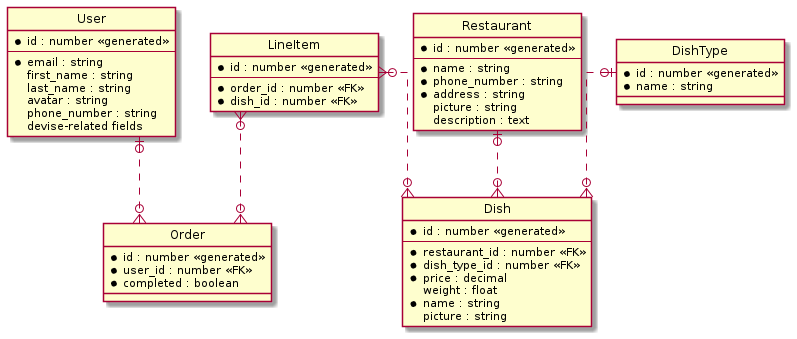
Before: diagrams/database.png, a diagram exported from PlantUML (bozhenaboichuk/Lunch).
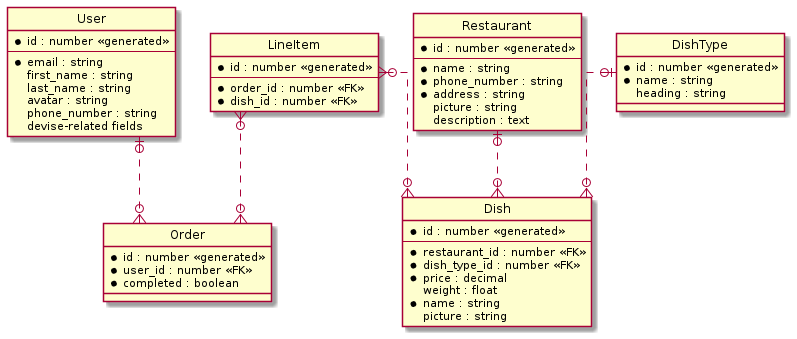
After the change.

Commit message:
Update database diagram

Diff of the diagram source:
```diff
@@ -39,6 +39,7 @@
 entity DishType {
 	* id : number <<generated>>
 	* name : string
+	heading : string
 }
 
 entity Order {
```
